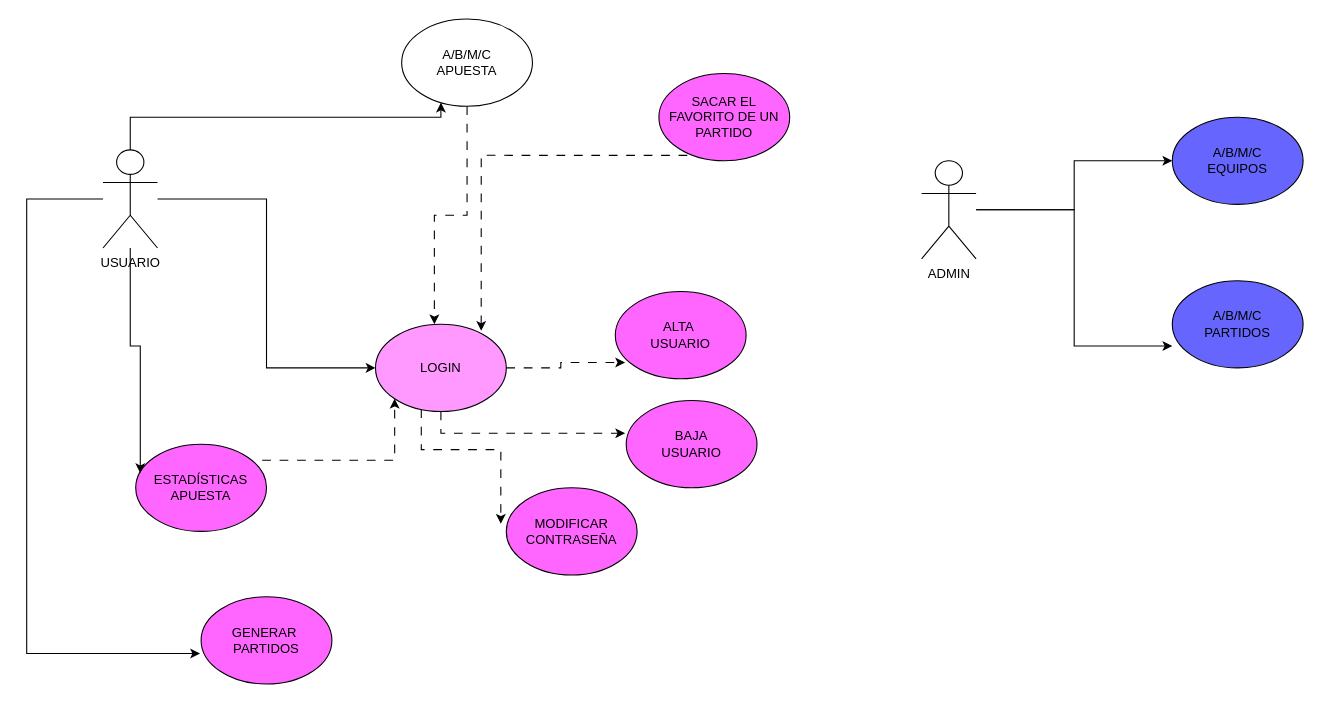
This is appapuestas/Casos de USO Apuestas.drawio from Valexx55/sanblasjava, a draw.io file, before an edit. Source tidied: cells renumbered, new cells numbered last; positions are measured from the earlier drawing's top-left corner, leaving out a move shared by most shapes. Both pictures are drawn from the tidied source at 109%, with x=0, y=0 at pixel (26, 19).
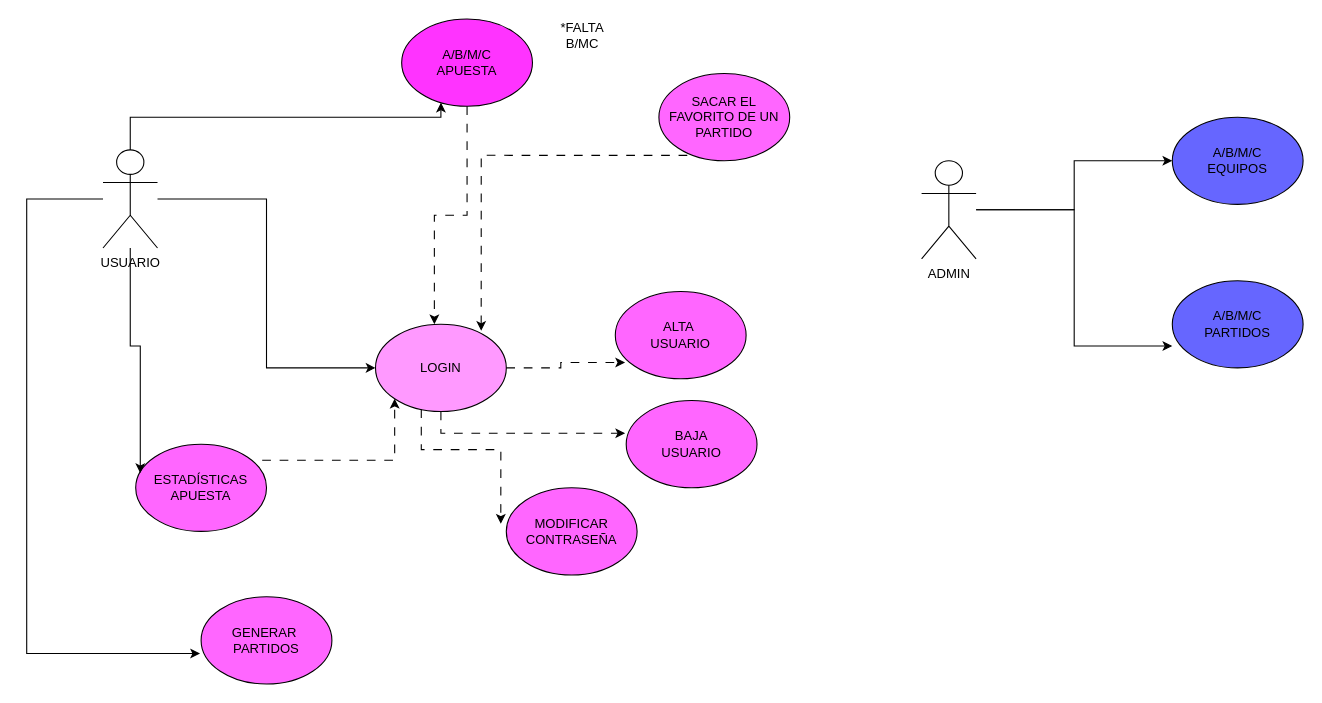
The same page after the edit.

Diff of the diagram source:
```diff
@@
-    <mxCell id="5" value="A/B/M/C&lt;br&gt;APUESTA" style="ellipse;whiteSpace=wrap;html=1;" parent="1" vertex="1">
+    <mxCell id="5" value="A/B/M/C&lt;br&gt;APUESTA" style="ellipse;whiteSpace=wrap;html=1;fillColor=#FF33FF;" parent="1" vertex="1">
       <mxGeometry x="344" width="120" height="80" as="geometry" />
     </mxCell>
@@
+    <mxCell id="26" value="*FALTA B/MC" style="text;html=1;strokeColor=none;fillColor=none;align=center;verticalAlign=middle;whiteSpace=wrap;rounded=0;" parent="1" vertex="1">
+      <mxGeometry x="480" width="60" height="30" as="geometry" />
+    </mxCell>
```
